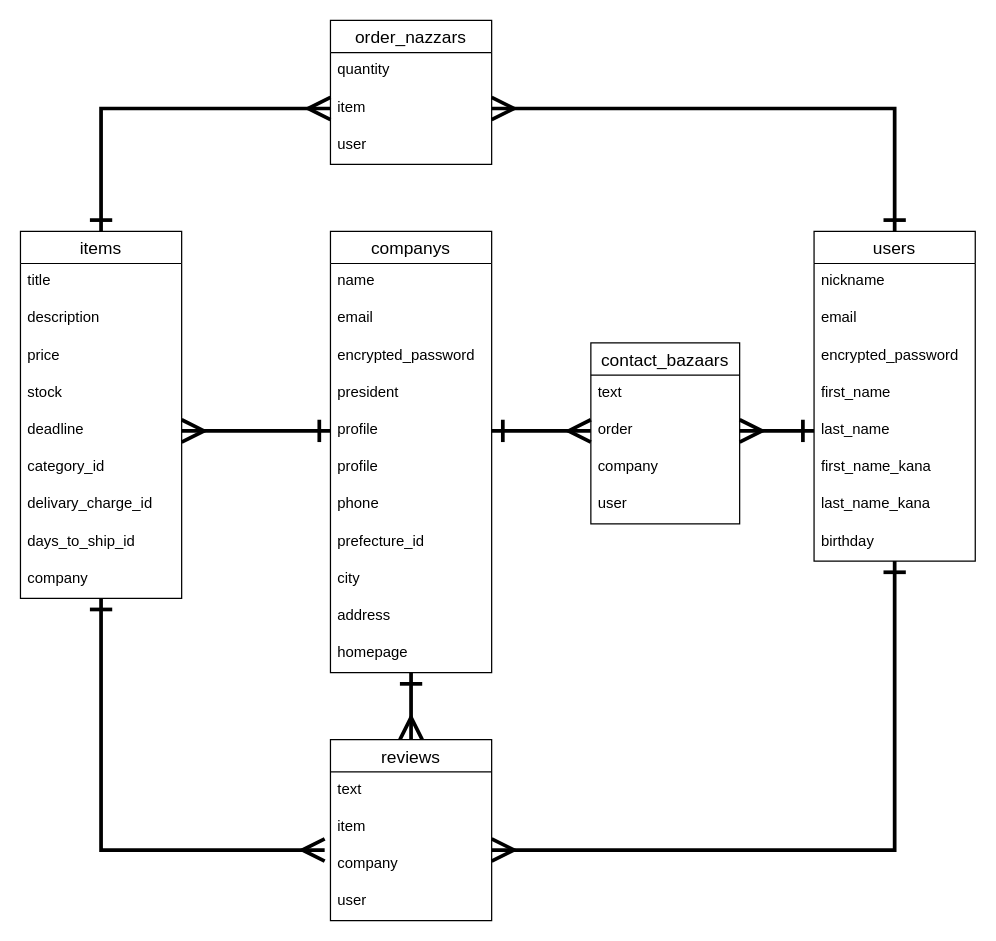
Sashimi0343/losstop keeps this draw.io diagram as DB_ER_Buzaar.dio. Above is the earlier version. Source tidied: cells renumbered, new cells numbered last; positions are measured from the earlier drawing's top-left corner, leaving out a move shared by most shapes. Both pictures are drawn from the tidied source at 124%, with x=0, y=0 at pixel (20, 20).
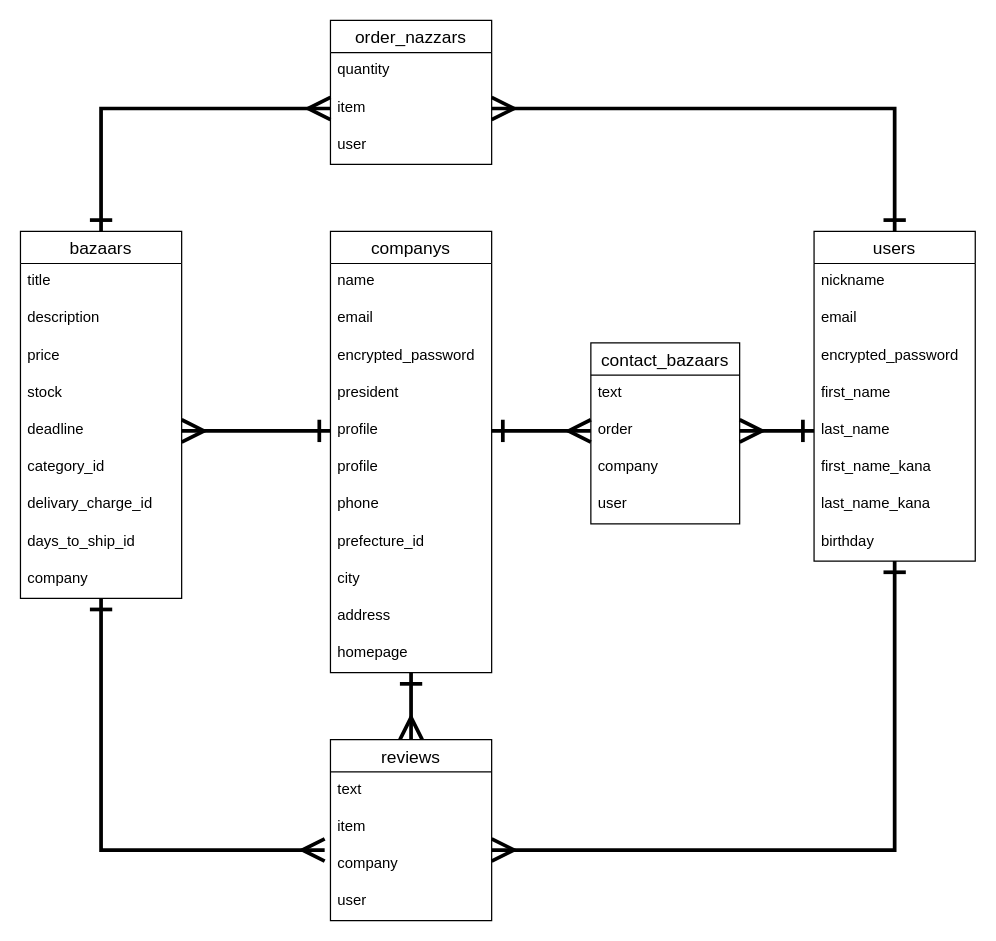
After the change.

Change to the diagram source:
```diff
@@
-    <mxCell id="42" value="items" style="swimlane;fontStyle=0;horizontal=1;startSize=26;align=center;fontSize=14;" parent="1" vertex="1">
+    <mxCell id="42" value="bazaars" style="swimlane;fontStyle=0;horizontal=1;startSize=26;align=center;fontSize=14;" parent="1" vertex="1">
       <mxGeometry y="170" width="130" height="296" as="geometry" />
     </mxCell>
```
